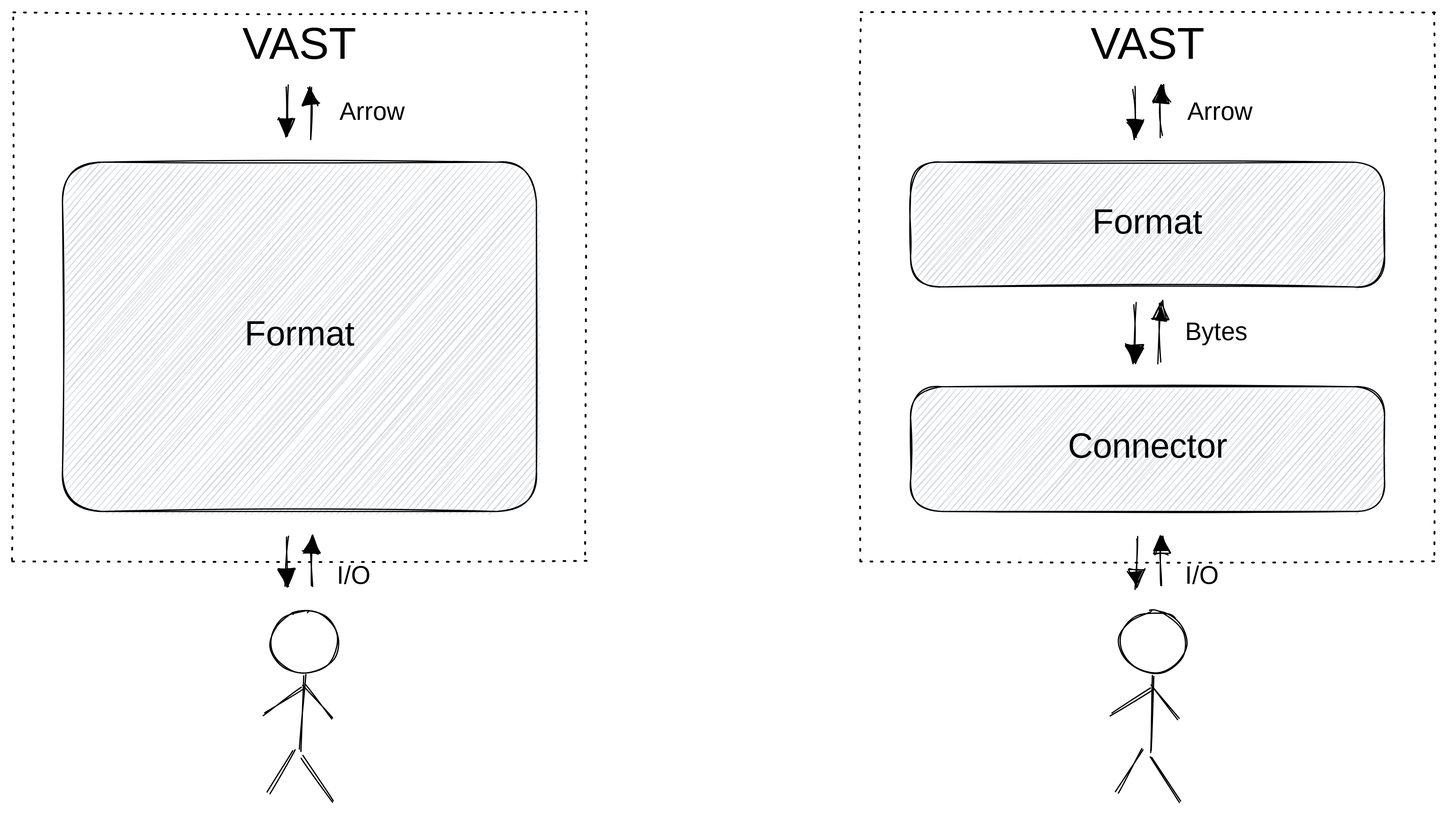
The Excalidraw diagram web/docs/understand/formats/format.excalidraw.svg in tenzir/tenzir, before a commit. Source tidied: one line per element, renumbered; positions are measured from the earlier drawing's top-left corner, leaving out a move shared by most shapes.
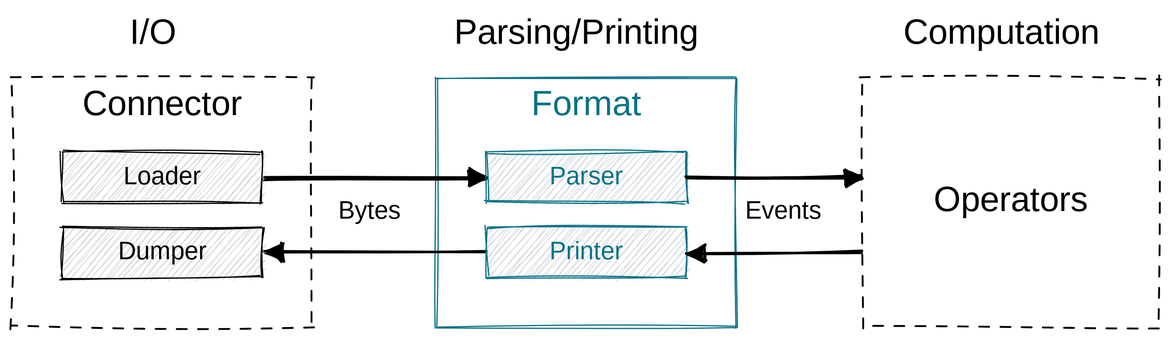
Above is the later version.

The edit, as a diff of the source:
```diff
@@ -1,37 +1,23 @@
-{"id": 0, "type": "rectangle", "strokeColor": "#000000", "strokeWidth": 1, "strokeStyle": "dotted", "roughness": 1, "x": 0, "y": 0, "width": 460, "height": 440}
-{"id": 1, "type": "text", "text": "VAST", "strokeColor": "#000000", "strokeWidth": 1, "strokeStyle": "dotted", "roughness": 1, "fontSize": 36, "fontFamily": 1, "textAlign": "center", "inside": 0, "x": 182, "y": 5, "width": 95, "height": 46}
-{"id": 2, "type": "rectangle", "strokeColor": "#000000", "strokeWidth": 1, "strokeStyle": "dotted", "roughness": 1, "x": 680, "y": 0, "width": 460, "height": 440}
-{"id": 3, "type": "text", "text": "VAST", "strokeColor": "#000000", "strokeWidth": 1, "strokeStyle": "dotted", "roughness": 1, "fontSize": 36, "fontFamily": 1, "textAlign": "center", "inside": 2, "x": 862, "y": 5, "width": 95, "height": 46}
-{"id": 4, "type": "arrow", "strokeColor": "#000000", "strokeWidth": 1, "roughness": 1, "endArrowhead": "triangle", "from": 19, "to": 2, "x": 902, "y": 421, "width": 0, "height": 40, "points": [[0, 0], [0, 40]]}
-{"id": 5, "type": "arrow", "strokeColor": "#000000", "strokeWidth": 1, "roughness": 1, "startArrowhead": "triangle", "from": 19, "to": 2, "x": 920, "y": 420, "width": 0, "height": 40, "points": [[0, 0], [0, 40]]}
-{"id": 6, "type": "arrow", "strokeColor": "#000000", "strokeWidth": 1, "roughness": 1, "endArrowhead": "triangle", "from": 21, "to": 19, "x": 900, "y": 233, "width": 0, "height": 47, "points": [[0, 0], [0, 47]]}
-{"id": 7, "type": "arrow", "strokeColor": "#000000", "strokeWidth": 1, "roughness": 1, "startArrowhead": "triangle", "from": 21, "to": 19, "x": 920, "y": 233, "width": 0, "height": 47, "points": [[0, 0], [0, 47]]}
-{"id": 8, "type": "text", "text": "I/O", "strokeColor": "#000000", "strokeWidth": 1, "roughness": 1, "fontSize": 20, "fontFamily": 1, "x": 940, "y": 440, "width": 37, "height": 25}
+{"id": 37, "type": "rectangle", "strokeColor": "#000000", "strokeWidth": 1, "strokeStyle": "dashed", "roughness": 1, "x": 2140, "y": 1420, "width": 240, "height": 200}
+{"id": 38, "type": "text", "text": "Operators", "strokeColor": "#000000", "strokeWidth": 1, "roughness": 1, "fontSize": 28, "fontFamily": 1, "textAlign": "center", "verticalAlign": "middle", "inside": 37, "x": 2190, "y": 1502, "width": 141, "height": 36}
+{"id": 39, "type": "rectangle", "strokeColor": "#0b7285", "strokeWidth": 1, "roughness": 1, "x": 1800, "y": 1420, "width": 240, "height": 200}
+{"id": 40, "type": "text", "text": "Format", "strokeColor": "#0b7285", "strokeWidth": 1, "roughness": 1, "fontSize": 28, "fontFamily": 1, "textAlign": "center", "inside": 39, "x": 1871, "y": 1425, "width": 98, "height": 36}
+{"id": 41, "type": "rectangle", "strokeColor": "#000000", "strokeWidth": 1, "strokeStyle": "dashed", "roughness": 1, "x": 1460, "y": 1420, "width": 240, "height": 200}
+{"id": 20, "type": "text", "text": "Connector", "strokeColor": "#000000", "strokeWidth": 1, "roughness": 1, "fontSize": 28, "fontFamily": 1, "textAlign": "center", "inside": 41, "x": 1513, "y": 1425, "width": 134, "height": 36}
-{"id": 9, "type": "text", "text": "Bytes", "strokeColor": "#000000", "strokeWidth": 1, "roughness": 1, "fontSize": 20, "fontFamily": 1, "x": 940, "y": 244, "width": 59, "height": 25}
+{"id": 9, "type": "text", "text": "Bytes", "strokeColor": "#000000", "strokeWidth": 1, "roughness": 1, "fontSize": 20, "fontFamily": 1, "x": 1721, "y": 1515, "width": 59, "height": 25}
-{"id": 10, "type": "ellipse", "strokeColor": "#000000", "strokeWidth": 1, "roughness": 1, "x": 887, "y": 480, "width": 54, "height": 50}
-{"id": 11, "type": "line", "strokeColor": "#000000", "backgroundColor": "#ced4da", "fillStyle": "solid", "strokeWidth": 1, "roughness": 1, "round": true, "x": 914, "y": 532, "width": 3, "height": 60, "points": [[0, 0], [-3, 60]]}
-{"id": 12, "type": "line", "strokeColor": "#000000", "backgroundColor": "#ced4da", "fillStyle": "solid", "strokeWidth": 1, "roughness": 1, "round": true, "x": 913, "y": 596, "width": 24, "height": 37, "points": [[0, 0], [24, 37]]}
-{"id": 13, "type": "line", "strokeColor": "#000000", "backgroundColor": "#ced4da", "fillStyle": "solid", "strokeWidth": 1, "roughness": 1, "round": true, "x": 905, "y": 591, "width": 20, "height": 34, "points": [[0, 0], [-20, 34]]}
-{"id": 14, "type": "line", "strokeColor": "#000000", "backgroundColor": "#ced4da", "fillStyle": "solid", "strokeWidth": 1, "roughness": 1, "round": true, "x": 882, "y": 562, "width": 31, "height": 20, "points": [[0, 0], [31, -20]]}
-{"id": 15, "type": "line", "strokeColor": "#000000", "backgroundColor": "#ced4da", "fillStyle": "solid", "strokeWidth": 1, "roughness": 1, "round": true, "x": 913, "y": 540, "width": 23, "height": 27, "points": [[0, 0], [23, 27]]}
-{"id": 16, "type": "arrow", "strokeColor": "#000000", "strokeWidth": 1, "roughness": 1, "endArrowhead": "triangle", "to": 21, "x": 900, "y": 60, "width": 0, "height": 40, "points": [[0, 0], [0, 40]]}
-{"id": 17, "type": "arrow", "strokeColor": "#000000", "strokeWidth": 1, "roughness": 1, "startArrowhead": "triangle", "to": 21, "x": 920, "y": 60, "width": 0, "height": 40, "points": [[0, 0], [0, 40]]}
-{"id": 18, "type": "text", "text": "Arrow", "strokeColor": "#000000", "strokeWidth": 1, "roughness": 1, "fontSize": 20, "fontFamily": 1, "x": 942, "y": 68, "width": 56, "height": 25}
-{"id": 19, "type": "rectangle", "strokeColor": "#000000", "backgroundColor": "#ced4da", "fillStyle": "hachure", "strokeWidth": 1, "roughness": 1, "round": true, "x": 720, "y": 300, "width": 380, "height": 100}
-{"id": 20, "type": "text", "text": "Connector", "strokeColor": "#000000", "backgroundColor": "#ced4da", "fillStyle": "solid", "strokeWidth": 1, "roughness": 1, "fontSize": 28, "fontFamily": 1, "textAlign": "center", "verticalAlign": "middle", "inside": 19, "x": 843, "y": 332, "width": 134, "height": 36}
-{"id": 21, "type": "rectangle", "strokeColor": "#000000", "backgroundColor": "#ced4da", "fillStyle": "hachure", "strokeWidth": 1, "roughness": 1, "round": true, "x": 720, "y": 120, "width": 380, "height": 100}
-{"id": 22, "type": "text", "text": "Format", "strokeColor": "#000000", "backgroundColor": "#ced4da", "fillStyle": "hachure", "strokeWidth": 1, "roughness": 1, "fontSize": 28, "fontFamily": 1, "textAlign": "center", "verticalAlign": "middle", "round": true, "inside": 21, "x": 861, "y": 152, "width": 98, "height": 36}
-{"id": 23, "type": "rectangle", "strokeColor": "#000000", "backgroundColor": "#ced4da", "fillStyle": "hachure", "strokeWidth": 1, "roughness": 1, "round": true, "x": 40, "y": 120, "width": 380, "height": 280}
-{"id": 24, "type": "text", "text": "Format", "strokeColor": "#000000", "backgroundColor": "#ced4da", "fillStyle": "hachure", "strokeWidth": 1, "roughness": 1, "fontSize": 28, "fontFamily": 1, "textAlign": "center", "verticalAlign": "middle", "round": true, "inside": 23, "x": 181, "y": 242, "width": 98, "height": 36}
-{"id": 25, "type": "arrow", "strokeColor": "#000000", "strokeWidth": 1, "roughness": 1, "endArrowhead": "triangle", "from": 23, "x": 220, "y": 420, "width": 0, "height": 40, "points": [[0, 0], [0, 40]]}
-{"id": 26, "type": "text", "text": "I/O", "strokeColor": "#000000", "strokeWidth": 1, "roughness": 1, "fontSize": 20, "fontFamily": 1, "x": 260, "y": 440, "width": 37, "height": 25}
-{"id": 27, "type": "ellipse", "strokeColor": "#000000", "strokeWidth": 1, "roughness": 1, "x": 207, "y": 480, "width": 54, "height": 50}
-{"id": 28, "type": "line", "strokeColor": "#000000", "backgroundColor": "#ced4da", "fillStyle": "solid", "strokeWidth": 1, "roughness": 1, "round": true, "x": 234, "y": 532, "width": 3, "height": 60, "points": [[0, 0], [-3, 60]]}
-{"id": 29, "type": "line", "strokeColor": "#000000", "backgroundColor": "#ced4da", "fillStyle": "solid", "strokeWidth": 1, "roughness": 1, "round": true, "x": 233, "y": 596, "width": 24, "height": 37, "points": [[0, 0], [24, 37]]}
-{"id": 30, "type": "line", "strokeColor": "#000000", "backgroundColor": "#ced4da", "fillStyle": "solid", "strokeWidth": 1, "roughness": 1, "round": true, "x": 225, "y": 591, "width": 20, "height": 34, "points": [[0, 0], [-20, 34]]}
-{"id": 31, "type": "line", "strokeColor": "#000000", "backgroundColor": "#ced4da", "fillStyle": "solid", "strokeWidth": 1, "roughness": 1, "round": true, "x": 202, "y": 562, "width": 31, "height": 20, "points": [[0, 0], [31, -20]]}
-{"id": 32, "type": "line", "strokeColor": "#000000", "backgroundColor": "#ced4da", "fillStyle": "solid", "strokeWidth": 1, "roughness": 1, "round": true, "x": 233, "y": 540, "width": 23, "height": 27, "points": [[0, 0], [23, 27]]}
-{"id": 33, "type": "arrow", "strokeColor": "#000000", "strokeWidth": 1, "roughness": 1, "endArrowhead": "triangle", "to": 23, "x": 220, "y": 60, "width": 0, "height": 40, "points": [[0, 0], [0, 40]]}
-{"id": 34, "type": "arrow", "strokeColor": "#000000", "strokeWidth": 1, "roughness": 1, "startArrowhead": "triangle", "to": 23, "x": 240, "y": 60, "width": 0, "height": 40, "points": [[0, 0], [0, 40]]}
-{"id": 35, "type": "text", "text": "Arrow", "strokeColor": "#000000", "strokeWidth": 1, "roughness": 1, "fontSize": 20, "fontFamily": 1, "x": 262, "y": 68, "width": 56, "height": 25}
-{"id": 36, "type": "arrow", "strokeColor": "#000000", "strokeWidth": 1, "roughness": 1, "startArrowhead": "triangle", "from": 23, "to": 0, "x": 240, "y": 420, "width": 0, "height": 40, "points": [[0, 0], [0, 40]]}
+{"id": 42, "type": "arrow", "strokeColor": "#000000", "strokeWidth": 2, "roughness": 1, "endArrowhead": "triangle", "from": 48, "to": 44, "x": 1661, "y": 1500, "width": 178, "height": 0, "points": [[0, 0], [178, 0]]}
+{"id": 43, "type": "arrow", "strokeColor": "#000000", "strokeWidth": 2, "roughness": 1, "startArrowhead": "triangle", "from": 50, "to": 46, "x": 1661, "y": 1560, "width": 178, "height": 0, "points": [[0, 0], [178, 0]]}
+{"id": 44, "type": "rectangle", "strokeColor": "#0b7285", "backgroundColor": "#ced4da", "fillStyle": "hachure", "strokeWidth": 1, "roughness": 1, "x": 1840, "y": 1480, "width": 160, "height": 40}
+{"id": 45, "type": "text", "text": "Parser", "strokeColor": "#0b7285", "strokeWidth": 1, "roughness": 1, "fontSize": 20, "fontFamily": 1, "textAlign": "center", "verticalAlign": "middle", "inside": 44, "x": 1886, "y": 1488, "width": 68, "height": 25}
+{"id": 46, "type": "rectangle", "strokeColor": "#0b7285", "backgroundColor": "#ced4da", "fillStyle": "hachure", "strokeWidth": 1, "roughness": 1, "x": 1840, "y": 1540, "width": 160, "height": 40}
+{"id": 47, "type": "text", "text": "Printer", "strokeColor": "#0b7285", "strokeWidth": 1, "roughness": 1, "fontSize": 20, "fontFamily": 1, "textAlign": "center", "verticalAlign": "middle", "inside": 46, "x": 1886, "y": 1548, "width": 68, "height": 25}
+{"id": 48, "type": "rectangle", "strokeColor": "#000000", "backgroundColor": "#ced4da", "fillStyle": "hachure", "strokeWidth": 1, "roughness": 1, "x": 1500, "y": 1480, "width": 160, "height": 40}
+{"id": 49, "type": "text", "text": "Loader", "strokeColor": "#000000", "strokeWidth": 1, "roughness": 1, "fontSize": 20, "fontFamily": 1, "textAlign": "center", "verticalAlign": "middle", "inside": 48, "x": 1546, "y": 1488, "width": 69, "height": 25}
+{"id": 50, "type": "rectangle", "strokeColor": "#000000", "backgroundColor": "#ced4da", "fillStyle": "hachure", "strokeWidth": 1, "roughness": 1, "x": 1500, "y": 1540, "width": 160, "height": 40}
+{"id": 51, "type": "text", "text": "Dumper", "strokeColor": "#000000", "strokeWidth": 1, "roughness": 1, "fontSize": 20, "fontFamily": 1, "textAlign": "center", "verticalAlign": "middle", "inside": 50, "x": 1544, "y": 1548, "width": 71, "height": 25}
+{"id": 52, "type": "arrow", "strokeColor": "#000000", "strokeWidth": 2, "roughness": 1, "endArrowhead": "triangle", "from": 44, "to": 37, "x": 2001, "y": 1500, "width": 139, "height": 0, "points": [[0, 0], [139, 0]]}
+{"id": 53, "type": "arrow", "strokeColor": "#000000", "strokeWidth": 2, "roughness": 1, "startArrowhead": "triangle", "from": 46, "to": 37, "x": 2000, "y": 1560, "width": 140, "height": 0, "points": [[0, 0], [140, 0]]}
+{"id": 54, "type": "text", "text": "I/O", "strokeColor": "#000000", "strokeWidth": 1, "roughness": 1, "fontSize": 28, "fontFamily": 1, "x": 1554, "y": 1368, "width": 52, "height": 36}
+{"id": 55, "type": "text", "text": "Events", "strokeColor": "#000000", "strokeWidth": 1, "roughness": 1, "fontSize": 20, "fontFamily": 1, "x": 2047, "y": 1515, "width": 68, "height": 25}
+{"id": 56, "type": "text", "text": "Parsing/Printing", "strokeColor": "#000000", "strokeWidth": 1, "roughness": 1, "fontSize": 28, "fontFamily": 1, "x": 1814, "y": 1368, "width": 212, "height": 36}
+{"id": 57, "type": "text", "text": "Computation", "strokeColor": "#000000", "strokeWidth": 1, "roughness": 1, "fontSize": 28, "fontFamily": 1, "x": 2174, "y": 1368, "width": 168, "height": 36}
```
